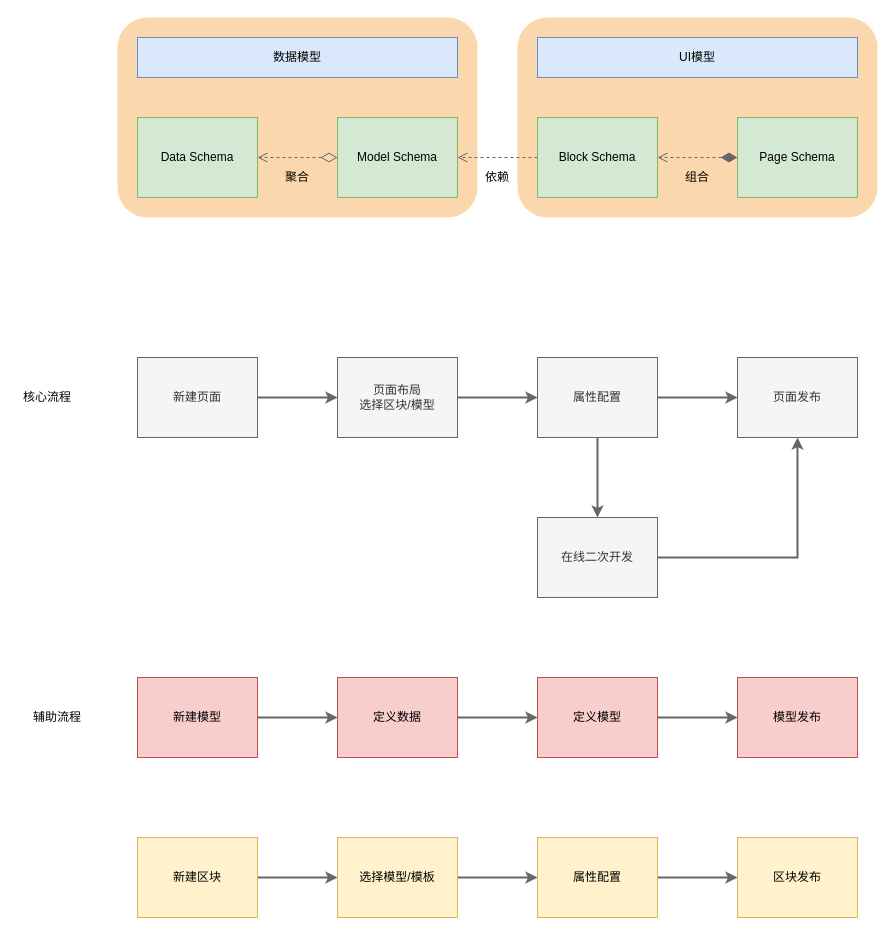
zzuwzj/draw keeps this draw.io diagram as MVIP 2.0 Schema定义.drawio. Above is the earlier version. Source tidied: cells renumbered, new cells numbered last; positions are measured from the earlier drawing's top-left corner, leaving out a move shared by most shapes. Both pictures are drawn from the tidied source at 100%, with x=0, y=0 at pixel (17, 17).
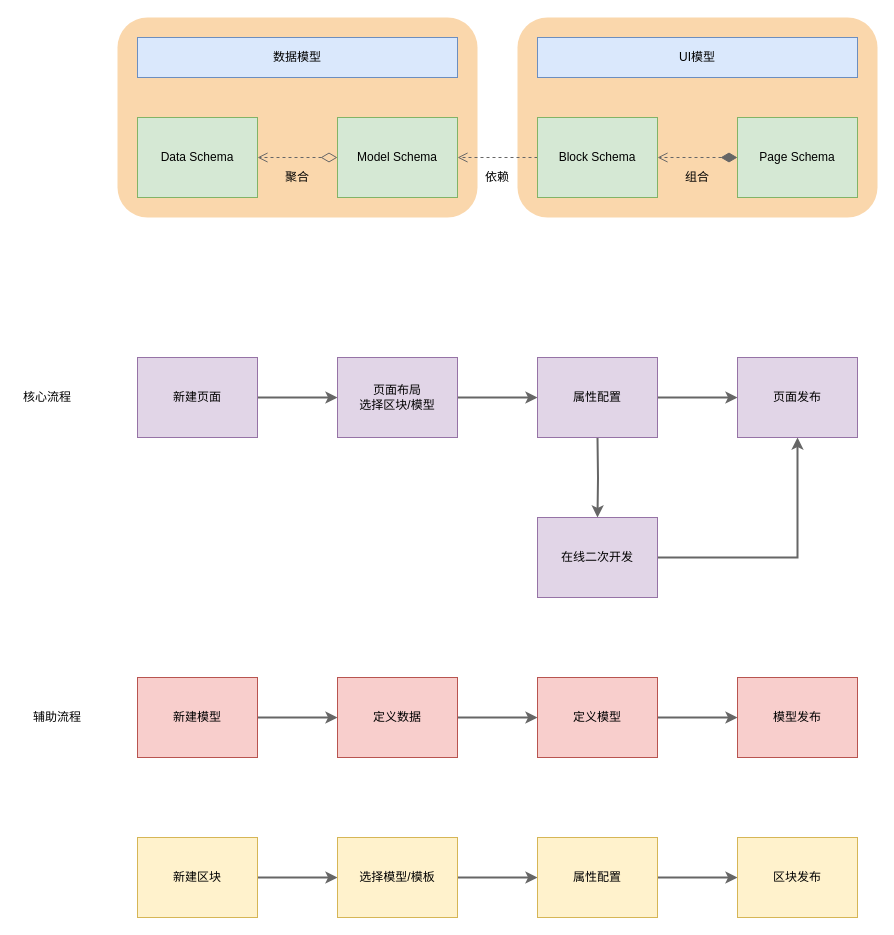
The same page after the edit.

The edit, as a diff of the source:
```diff
@@
-    <mxCell id="14" value="新建页面" style="rounded=0;whiteSpace=wrap;html=1;fillColor=#f5f5f5;strokeColor=#666666;fontColor=#333333;" parent="1" vertex="1">
+    <mxCell id="14" value="新建页面" style="rounded=0;whiteSpace=wrap;html=1;fillColor=#e1d5e7;strokeColor=#9673a6;" parent="1" vertex="1">
       <mxGeometry x="120" y="340" width="120" height="80" as="geometry" />
     </mxCell>
@@
-    <mxCell id="16" value="页面布局&lt;br&gt;选择区块/模型&lt;br&gt;" style="rounded=0;whiteSpace=wrap;html=1;fillColor=#f5f5f5;strokeColor=#666666;fontColor=#333333;" parent="1" vertex="1">
+    <mxCell id="16" value="页面布局&lt;br&gt;选择区块/模型&lt;br&gt;" style="rounded=0;whiteSpace=wrap;html=1;fillColor=#e1d5e7;strokeColor=#9673a6;" parent="1" vertex="1">
       <mxGeometry x="320" y="340" width="120" height="80" as="geometry" />
     </mxCell>
@@
-    <mxCell id="18" style="edgeStyle=orthogonalEdgeStyle;rounded=0;jettySize=auto;html=1;strokeColor=#666666;strokeWidth=2;" parent="1" edge="1" source="19" target="21">
-      <mxGeometry relative="1" as="geometry" />
+    <mxCell id="18" style="edgeStyle=orthogonalEdgeStyle;rounded=0;jettySize=auto;html=1;strokeColor=#666666;strokeWidth=2;" parent="1" edge="1" target="21">
+      <mxGeometry relative="1" as="geometry">
+        <mxPoint x="580" y="420" as="sourcePoint" />
+      </mxGeometry>
     </mxCell>
-    <mxCell id="19" value="属性配置&lt;br&gt;" style="rounded=0;whiteSpace=wrap;html=1;fillColor=#f5f5f5;strokeColor=#666666;fontColor=#333333;" parent="1" vertex="1">
+    <mxCell id="19" value="属性配置&lt;br&gt;" style="rounded=0;whiteSpace=wrap;html=1;fillColor=#e1d5e7;strokeColor=#9673a6;" parent="1" vertex="1">
       <mxGeometry x="520" y="340" width="120" height="80" as="geometry" />
     </mxCell>
@@
-    <mxCell id="21" value="在线二次开发" style="rounded=0;whiteSpace=wrap;html=1;fillColor=#f5f5f5;strokeColor=#666666;fontColor=#333333;" parent="1" vertex="1">
+    <mxCell id="21" value="在线二次开发" style="rounded=0;whiteSpace=wrap;html=1;fillColor=#e1d5e7;strokeColor=#9673a6;" parent="1" vertex="1">
       <mxGeometry x="520" y="500" width="120" height="80" as="geometry" />
     </mxCell>
-    <mxCell id="22" value="页面发布&lt;br&gt;" style="rounded=0;whiteSpace=wrap;html=1;fillColor=#f5f5f5;strokeColor=#666666;fontColor=#333333;" parent="1" vertex="1">
+    <mxCell id="22" value="页面发布&lt;br&gt;" style="rounded=0;whiteSpace=wrap;html=1;fillColor=#e1d5e7;strokeColor=#9673a6;" parent="1" vertex="1">
       <mxGeometry x="720" y="340" width="120" height="80" as="geometry" />
     </mxCell>
```
